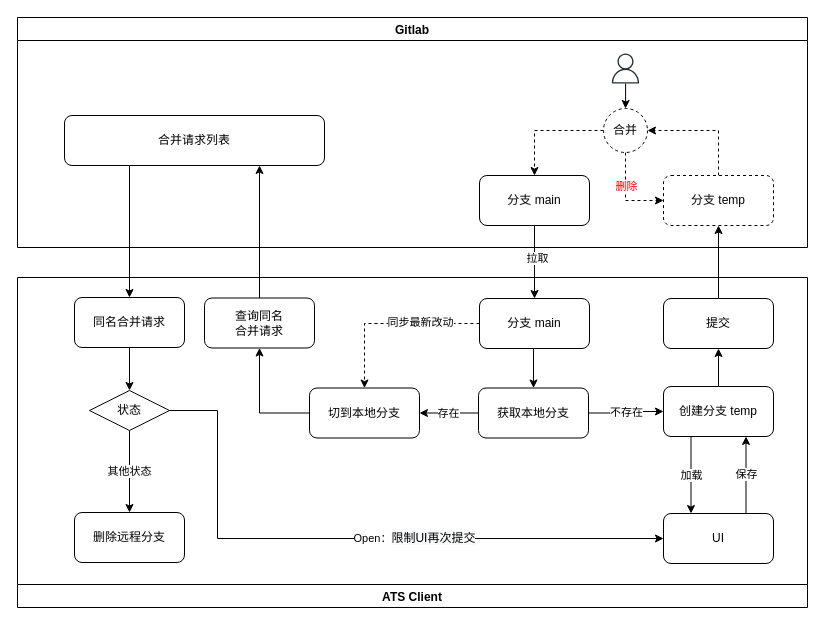
Earlier version of the draw.io diagram Draw/ATS/细则管理.drawio (huangjia2107/DrawOnline). Source tidied: cells renumbered, new cells numbered last; positions are measured from the earlier drawing's top-left corner, leaving out a move shared by most shapes. Both pictures are drawn from the tidied source at 100%, with x=0, y=0 at pixel (17, 17).
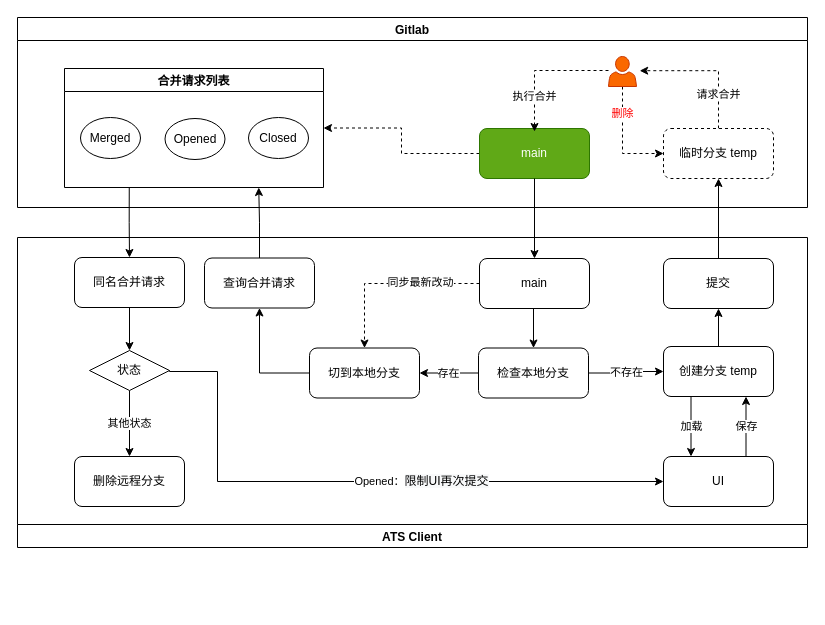
The same diagram, later.

Commit message:
更新细则管理.drawio

The change refers to these unchanged cells:
```xml
<mxCell id="18" value="创建分支 temp" style="rounded=1;whiteSpace=wrap;html=1;" parent="12" vertex="1">
  <mxGeometry x="646" y="109" width="110" height="50" as="geometry" />
</mxCell>
<mxCell id="24" value="同名合并请求" style="rounded=1;whiteSpace=wrap;html=1;" parent="12" vertex="1">
  <mxGeometry x="57" y="20" width="110" height="50" as="geometry" />
</mxCell>
<mxCell id="26" value="状态" style="rhombus;whiteSpace=wrap;html=1;gradientColor=#ffffff;" parent="12" vertex="1">
  <mxGeometry x="72" y="113" width="80" height="40" as="geometry" />
</mxCell>
```

Change to the diagram source:
```diff
@@
     <mxCell id="2" value="Gitlab" style="swimlane;" parent="1" vertex="1">
-      <mxGeometry width="790" height="230" as="geometry" />
+      <mxGeometry width="790" height="190" as="geometry" />
     </mxCell>
+    <mxCell id="41" style="edgeStyle=orthogonalEdgeStyle;rounded=0;jettySize=auto;html=1;exitX=0;exitY=0.5;exitDx=0;exitDy=0;entryX=1;entryY=0.5;entryDx=0;entryDy=0;dashed=1;fontColor=#000000;strokeColor=#000000;" parent="2" edge="1" source="3" target="11">
+      <mxGeometry relative="1" as="geometry" />
+    </mxCell>
-    <mxCell id="3" value="分支 main" style="rounded=1;whiteSpace=wrap;html=1;" parent="2" vertex="1">
-      <mxGeometry x="462" y="158" width="110" height="50" as="geometry" />
+    <mxCell id="3" value="main" style="rounded=1;whiteSpace=wrap;html=1;fillColor=#60a917;fontColor=#ffffff;strokeColor=#2D7600;" parent="2" vertex="1">
+      <mxGeometry x="462" y="111" width="110" height="50" as="geometry" />
     </mxCell>
-    <mxCell id="4" style="edgeStyle=orthogonalEdgeStyle;rounded=0;jettySize=auto;html=1;entryX=0.5;entryY=0;entryDx=0;entryDy=0;" parent="2" edge="1" source="5" target="8">
-      <mxGeometry relative="1" as="geometry" />
-    </mxCell>
-    <mxCell id="5" style="sketch=0;outlineConnect=0;fontColor=#232F3E;gradientColor=none;fillColor=#232F3D;strokeColor=none;dashed=0;verticalLabelPosition=bottom;verticalAlign=top;align=center;html=1;fontSize=12;fontStyle=0;shape=mxgraph.aws4.user;" parent="2" vertex="1">
-      <mxGeometry x="593" y="36" width="30" height="30" as="geometry" />
-    </mxCell>
-    <mxCell id="6" style="edgeStyle=orthogonalEdgeStyle;rounded=0;jettySize=auto;html=1;exitX=0;exitY=0.5;exitDx=0;exitDy=0;entryX=0.5;entryY=0;entryDx=0;entryDy=0;dashed=1;" parent="2" edge="1" source="8" target="3">
-      <mxGeometry relative="1" as="geometry" />
-    </mxCell>
-    <mxCell id="7" value="删除" style="edgeStyle=orthogonalEdgeStyle;rounded=0;jettySize=auto;html=1;exitX=0.5;exitY=1;exitDx=0;exitDy=0;entryX=0;entryY=0.5;entryDx=0;entryDy=0;dashed=1;fillColor=#fa6800;strokeColor=#000000;fontColor=#FF0000;" parent="2" edge="1" source="8" target="10">
-      <mxGeometry x="-0.2" y="1" relative="1" as="geometry" />
+    <mxCell id="7" value="删除" style="edgeStyle=orthogonalEdgeStyle;rounded=0;jettySize=auto;html=1;entryX=0;entryY=0.5;entryDx=0;entryDy=0;dashed=1;fillColor=#fa6800;strokeColor=#000000;fontColor=#FF0000;" parent="2" edge="1" target="10">
+      <mxGeometry x="-0.42" relative="1" as="geometry">
+        <mxPoint x="605" y="63" as="sourcePoint" />
+        <Array as="points">
+          <mxPoint x="605" y="136" />
+        </Array>
+      </mxGeometry>
     </mxCell>
-    <mxCell id="8" value="合并" style="ellipse;whiteSpace=wrap;html=1;dashed=1;" parent="2" vertex="1">
-      <mxGeometry x="586" y="91" width="44" height="44" as="geometry" />
-    </mxCell>
-    <mxCell id="9" style="edgeStyle=orthogonalEdgeStyle;rounded=0;jettySize=auto;html=1;exitX=0.5;exitY=0;exitDx=0;exitDy=0;entryX=1;entryY=0.5;entryDx=0;entryDy=0;dashed=1;" parent="2" edge="1" source="10" target="8">
-      <mxGeometry relative="1" as="geometry" />
-    </mxCell>
+    <mxCell id="42" style="edgeStyle=orthogonalEdgeStyle;rounded=0;jettySize=auto;html=1;exitX=0.5;exitY=0;exitDx=0;exitDy=0;entryX=1.114;entryY=0.473;entryDx=0;entryDy=0;entryPerimeter=0;dashed=1;fontColor=#000000;strokeColor=#000000;" parent="2" edge="1" source="10" target="46">
+      <mxGeometry relative="1" as="geometry">
+        <Array as="points">
+          <mxPoint x="701" y="53" />
+        </Array>
+      </mxGeometry>
+    </mxCell>
+    <mxCell id="43" value="请求合并" style="edgeLabel;html=1;align=center;verticalAlign=middle;fontColor=#000000;" parent="42" vertex="1">
+      <mxGeometry x="-0.23" y="1" relative="1" as="geometry">
+        <mxPoint y="18" as="offset" />
+      </mxGeometry>
+    </mxCell>
-    <mxCell id="10" value="分支 temp" style="rounded=1;whiteSpace=wrap;html=1;dashed=1;" parent="2" vertex="1">
-      <mxGeometry x="646" y="158" width="110" height="50" as="geometry" />
+    <mxCell id="10" value="临时分支 temp" style="rounded=1;whiteSpace=wrap;html=1;dashed=1;" parent="2" vertex="1">
+      <mxGeometry x="646" y="111" width="110" height="50" as="geometry" />
     </mxCell>
+    <mxCell id="44" style="edgeStyle=orthogonalEdgeStyle;rounded=0;orthogonalLoop=1;jettySize=auto;html=1;dashed=1;fontColor=#000000;strokeColor=#000000;entryX=0.5;entryY=0;entryDx=0;entryDy=0;" parent="2" edge="1">
+      <mxGeometry relative="1" as="geometry">
+        <mxPoint x="591" y="53" as="sourcePoint" />
+        <mxPoint x="517" y="114" as="targetPoint" />
+        <Array as="points">
+          <mxPoint x="517" y="53" />
+        </Array>
+      </mxGeometry>
+    </mxCell>
+    <mxCell id="45" value="执行合并" style="edgeLabel;html=1;align=center;verticalAlign=middle;fontColor=#000000;" parent="44" vertex="1">
+      <mxGeometry x="0.15" y="-1" relative="1" as="geometry">
+        <mxPoint y="21" as="offset" />
+      </mxGeometry>
+    </mxCell>
+    <mxCell id="46" style="sketch=0;shadow=0;dashed=0;html=1;strokeColor=#C73500;labelPosition=center;verticalLabelPosition=bottom;verticalAlign=top;outlineConnect=0;align=center;shape=mxgraph.office.users.user;fillColor=#fa6800;fontColor=#000000;" parent="2" vertex="1">
+      <mxGeometry x="591" y="39" width="28" height="30" as="geometry" />
+    </mxCell>
-    <mxCell id="11" value="合并请求列表" style="rounded=1;whiteSpace=wrap;html=1;" parent="2" vertex="1">
-      <mxGeometry x="47" y="98" width="260" height="50" as="geometry" />
+    <mxCell id="11" value="合并请求列表" style="swimlane;fontColor=#000000;gradientColor=#ffffff;" parent="2" vertex="1">
+      <mxGeometry x="47" y="51" width="259" height="119" as="geometry" />
     </mxCell>
+    <mxCell id="47" value="Merged" style="ellipse;whiteSpace=wrap;html=1;fontColor=#000000;gradientColor=#ffffff;" parent="11" vertex="1">
+      <mxGeometry x="16" y="49" width="60" height="41" as="geometry" />
+    </mxCell>
+    <mxCell id="48" value="Opened" style="ellipse;whiteSpace=wrap;html=1;fontColor=#000000;gradientColor=#ffffff;" parent="11" vertex="1">
+      <mxGeometry x="100.5" y="50" width="60" height="41" as="geometry" />
+    </mxCell>
+    <mxCell id="49" value="Closed" style="ellipse;whiteSpace=wrap;html=1;fontColor=#000000;gradientColor=#ffffff;" parent="11" vertex="1">
+      <mxGeometry x="184" y="49" width="60" height="41" as="geometry" />
+    </mxCell>
     <mxCell id="12" value="ATS Client" style="swimlane;flipV=1;" parent="1" vertex="1">
-      <mxGeometry y="260" width="790" height="330" as="geometry" />
+      <mxGeometry y="220" width="790" height="310" as="geometry" />
     </mxCell>
@@
-    <mxCell id="16" value="分支 main" style="rounded=1;whiteSpace=wrap;html=1;" parent="12" vertex="1">
+    <mxCell id="16" value="main" style="rounded=1;whiteSpace=wrap;html=1;" parent="12" vertex="1">
       <mxGeometry x="462" y="21" width="110" height="50" as="geometry" />
     </mxCell>
@@
-    <mxCell id="21" value="获取本地分支" style="rounded=1;whiteSpace=wrap;html=1;" parent="12" vertex="1">
+    <mxCell id="21" value="检查本地分支" style="rounded=1;whiteSpace=wrap;html=1;" parent="12" vertex="1">
       <mxGeometry x="461" y="110.5" width="110" height="50" as="geometry" />
     </mxCell>
-    <mxCell id="22" value="查询同名&lt;br&gt;合并请求" style="rounded=1;whiteSpace=wrap;html=1;" parent="12" vertex="1">
+    <mxCell id="22" value="查询合并请求" style="rounded=1;whiteSpace=wrap;html=1;" parent="12" vertex="1">
       <mxGeometry x="187" y="20.5" width="110" height="50" as="geometry" />
     </mxCell>
@@
     <mxCell id="29" value="删除远程分支" style="rounded=1;whiteSpace=wrap;html=1;" parent="12" vertex="1">
-      <mxGeometry x="57" y="235" width="110" height="50" as="geometry" />
+      <mxGeometry x="57" y="219" width="110" height="50" as="geometry" />
     </mxCell>
@@
-    <mxCell id="31" style="edgeStyle=orthogonalEdgeStyle;rounded=0;jettySize=auto;html=1;exitX=0.5;exitY=1;exitDx=0;exitDy=0;entryX=0.5;entryY=0;entryDx=0;entryDy=0;" parent="1" edge="1" source="3" target="16">
-      <mxGeometry relative="1" as="geometry" />
-    </mxCell>
-    <mxCell id="32" value="拉取" style="edgeLabel;html=1;align=center;verticalAlign=middle;" parent="31" vertex="1">
-      <mxGeometry x="-0.12" y="2" relative="1" as="geometry" />
-    </mxCell>
-    <mxCell id="33" style="edgeStyle=orthogonalEdgeStyle;rounded=0;jettySize=auto;html=1;exitX=0.5;exitY=0;exitDx=0;exitDy=0;entryX=0.75;entryY=1;entryDx=0;entryDy=0;startArrow=none;" parent="1" edge="1" source="22" target="11">
-      <mxGeometry x="0.07" y="5" relative="1" as="geometry">
-        <mxPoint y="1" as="offset" />
-      </mxGeometry>
-    </mxCell>
-    <mxCell id="34" style="edgeStyle=orthogonalEdgeStyle;rounded=0;jettySize=auto;html=1;exitX=0.25;exitY=1;exitDx=0;exitDy=0;entryX=0.5;entryY=0;entryDx=0;entryDy=0;" parent="1" edge="1" source="11" target="24">
-      <mxGeometry relative="1" as="geometry" />
-    </mxCell>
-    <mxCell id="35" style="edgeStyle=orthogonalEdgeStyle;rounded=0;jettySize=auto;html=1;exitX=0;exitY=0.5;exitDx=0;exitDy=0;fontColor=#000000;strokeColor=#000000;" parent="1" edge="1" source="36">
-      <mxGeometry relative="1" as="geometry">
-        <mxPoint x="646" y="521" as="targetPoint" />
-      </mxGeometry>
-    </mxCell>
-    <mxCell id="36" value="UI" style="rounded=1;whiteSpace=wrap;html=1;" parent="1" vertex="1">
-      <mxGeometry x="646" y="496" width="110" height="50" as="geometry" />
+    <mxCell id="36" value="UI" style="rounded=1;whiteSpace=wrap;html=1;" parent="12" vertex="1">
+      <mxGeometry x="646" y="219" width="110" height="50" as="geometry" />
     </mxCell>
-    <mxCell id="37" value="加载" style="edgeStyle=orthogonalEdgeStyle;rounded=0;jettySize=auto;html=1;exitX=0.25;exitY=1;exitDx=0;exitDy=0;entryX=0.25;entryY=0;entryDx=0;entryDy=0;" parent="1" edge="1" source="18" target="36">
+    <mxCell id="37" value="加载" style="edgeStyle=orthogonalEdgeStyle;rounded=0;jettySize=auto;html=1;exitX=0.25;exitY=1;exitDx=0;exitDy=0;entryX=0.25;entryY=0;entryDx=0;entryDy=0;" parent="12" edge="1" source="18" target="36">
       <mxGeometry relative="1" as="geometry" />
     </mxCell>
-    <mxCell id="38" value="保存" style="edgeStyle=orthogonalEdgeStyle;rounded=0;jettySize=auto;html=1;exitX=0.75;exitY=0;exitDx=0;exitDy=0;entryX=0.75;entryY=1;entryDx=0;entryDy=0;" parent="1" edge="1" source="36" target="18">
+    <mxCell id="38" value="保存" style="edgeStyle=orthogonalEdgeStyle;rounded=0;jettySize=auto;html=1;exitX=0.75;exitY=0;exitDx=0;exitDy=0;entryX=0.75;entryY=1;entryDx=0;entryDy=0;" parent="12" edge="1" source="36" target="18">
       <mxGeometry relative="1" as="geometry" />
     </mxCell>
-    <mxCell id="39" value="Open：&lt;span style=&quot;font-size: 12px ; background-color: rgb(248 , 249 , 250)&quot;&gt;限制UI再次提交&lt;/span&gt;" style="edgeStyle=orthogonalEdgeStyle;rounded=0;jettySize=auto;html=1;exitX=1;exitY=0.5;exitDx=0;exitDy=0;entryX=0;entryY=0.5;entryDx=0;entryDy=0;" parent="1" edge="1" source="26" target="36">
+    <mxCell id="39" value="Opened：&lt;span style=&quot;font-size: 12px ; background-color: rgb(248 , 249 , 250)&quot;&gt;限制UI再次提交&lt;/span&gt;" style="edgeStyle=orthogonalEdgeStyle;rounded=0;jettySize=auto;html=1;exitX=1;exitY=0.5;exitDx=0;exitDy=0;entryX=0;entryY=0.5;entryDx=0;entryDy=0;" parent="12" edge="1" source="26" target="36">
       <mxGeometry x="0.2" relative="1" as="geometry">
         <Array as="points">
-          <mxPoint x="200" y="393" />
-          <mxPoint x="200" y="521" />
+          <mxPoint x="152" y="134" />
+          <mxPoint x="200" y="134" />
+          <mxPoint x="200" y="244" />
         </Array>
       </mxGeometry>
     </mxCell>
+    <mxCell id="31" style="edgeStyle=orthogonalEdgeStyle;rounded=0;jettySize=auto;html=1;exitX=0.5;exitY=1;exitDx=0;exitDy=0;entryX=0.5;entryY=0;entryDx=0;entryDy=0;" parent="1" edge="1" source="3" target="16">
+      <mxGeometry relative="1" as="geometry" />
+    </mxCell>
+    <mxCell id="33" style="edgeStyle=orthogonalEdgeStyle;rounded=0;jettySize=auto;html=1;exitX=0.5;exitY=0;exitDx=0;exitDy=0;entryX=0.75;entryY=1;entryDx=0;entryDy=0;startArrow=none;" parent="1" edge="1" source="22" target="11">
+      <mxGeometry x="0.07" y="5" relative="1" as="geometry">
+        <mxPoint y="1" as="offset" />
+      </mxGeometry>
+    </mxCell>
+    <mxCell id="34" style="edgeStyle=orthogonalEdgeStyle;rounded=0;jettySize=auto;html=1;exitX=0.25;exitY=1;exitDx=0;exitDy=0;entryX=0.5;entryY=0;entryDx=0;entryDy=0;" parent="1" edge="1" source="11" target="24">
+      <mxGeometry relative="1" as="geometry" />
+    </mxCell>
```
